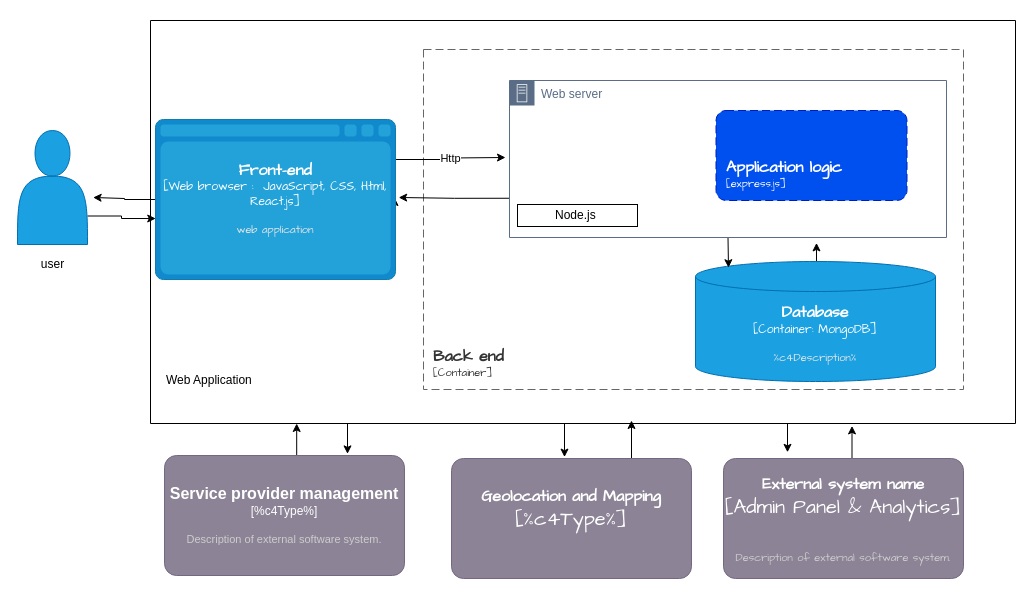
The draw.io diagram Untitled Diagram.drawio in Tinachint/on-demandHomeServices, before the edit. Source tidied: cells renumbered, new cells numbered last; positions are measured from the earlier drawing's top-left corner, leaving out a move shared by most shapes. Both pictures are drawn from the tidied source at 100%, with x=0, y=0 at pixel (17, 20).
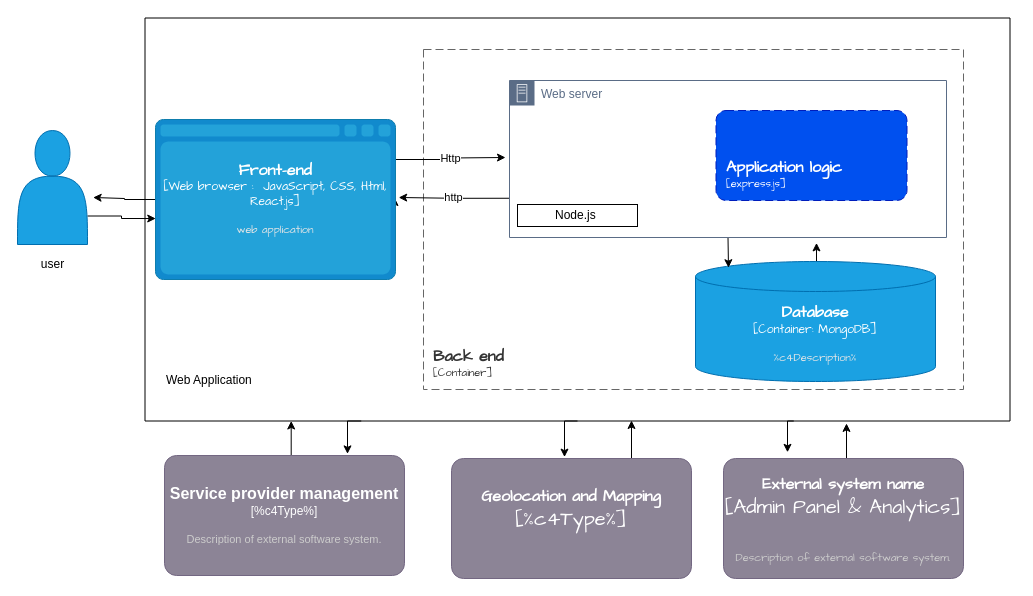
The same page after the edit.

The change refers to these unchanged cells:
```xml
<mxCell id="22" value="Web server&amp;nbsp;" style="points=[[0,0],[0.25,0],[0.5,0],[0.75,0],[1,0],[1,0.25],[1,0.5],[1,0.75],[1,1],[0.75,1],[0.5,1],[0.25,1],[0,1],[0,0.75],[0,0.5],[0,0.25]];outlineConnect=0;gradientColor=none;html=1;whiteSpace=wrap;fontSize=12;fontStyle=0;shape=mxgraph.aws4.group;grIcon=mxgraph.aws4.group_on_premise;strokeColor=#5A6C86;fillColor=none;verticalAlign=top;align=left;spacingLeft=30;fontColor=#5A6C86;dashed=0;" parent="1" vertex="1">
  <mxGeometry x="492" y="60" width="437" height="157" as="geometry" />
</mxCell>
```

What changed in the source:
```diff
@@
-    <mxCell id="20" style="edgeStyle=orthogonalEdgeStyle;rounded=0;jettySize=auto;html=1;exitX=0;exitY=0.75;exitDx=0;exitDy=0;" parent="1" edge="1" source="22">
+    <mxCell id="20" value="http" style="edgeStyle=orthogonalEdgeStyle;rounded=0;jettySize=auto;html=1;exitX=0;exitY=0.75;exitDx=0;exitDy=0;" parent="1" edge="1" source="22">
       <mxGeometry relative="1" as="geometry">
         <mxPoint x="381.2" y="177" as="targetPoint" />
       </mxGeometry>
     </mxCell>
@@
     <mxCell id="27" style="swimlane;startSize=0;" parent="1" vertex="1">
-      <mxGeometry x="133" width="865" height="403" as="geometry" />
+      <mxGeometry x="127.5" y="-2.5" width="865" height="403" as="geometry" />
     </mxCell>
```
